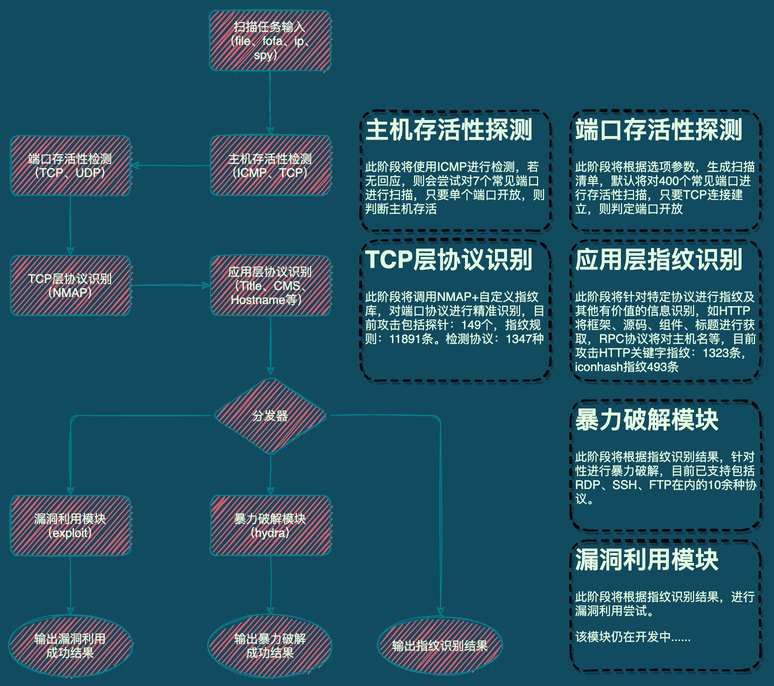
The draw.io diagram assets/kscan逻辑图.drawio.png in lcvvvv/kscan, before a commit. Source tidied: cells renumbered, new cells last; positions are measured from the earlier drawing's top-left corner, leaving out a move shared by most shapes. Its diagram source:
```xml
<mxGraphModel background="#114B5F">
  <root>
    <mxCell id="0" />
    <mxCell id="1" parent="0" />
    <mxCell id="2" style="edgeStyle=orthogonalEdgeStyle;jettySize=auto;html=1;labelBackgroundColor=#114B5F;strokeColor=#028090;fontColor=#E4FDE1;sketch=1;" parent="1" edge="1" source="3" target="5">
      <mxGeometry relative="1" as="geometry" />
    </mxCell>
    <mxCell id="3" value="主机存活性检测&lt;br&gt;（ICMP、TCP）" style="whiteSpace=wrap;html=1;fillColor=#F45B69;strokeColor=#028090;fontColor=#E4FDE1;rounded=1;sketch=1;" parent="1" vertex="1">
      <mxGeometry x="200" y="125" width="120" height="60" as="geometry" />
    </mxCell>
    <mxCell id="4" style="edgeStyle=orthogonalEdgeStyle;jettySize=auto;html=1;labelBackgroundColor=#114B5F;strokeColor=#028090;fontColor=#E4FDE1;sketch=1;" parent="1" edge="1" source="5" target="7">
      <mxGeometry relative="1" as="geometry" />
    </mxCell>
    <mxCell id="5" value="端口存活性检测&lt;br&gt;（TCP、UDP）" style="whiteSpace=wrap;html=1;fillColor=#F45B69;strokeColor=#028090;fontColor=#E4FDE1;rounded=1;sketch=1;" parent="1" vertex="1">
      <mxGeometry y="125" width="120" height="60" as="geometry" />
    </mxCell>
    <mxCell id="6" style="edgeStyle=orthogonalEdgeStyle;jettySize=auto;html=1;labelBackgroundColor=#114B5F;strokeColor=#028090;fontColor=#E4FDE1;sketch=1;" parent="1" edge="1" source="7" target="10">
      <mxGeometry relative="1" as="geometry" />
    </mxCell>
    <mxCell id="7" value="TCP层协议识别&lt;br&gt;（NMAP）" style="whiteSpace=wrap;html=1;fillColor=#F45B69;strokeColor=#028090;fontColor=#E4FDE1;rounded=1;sketch=1;" parent="1" vertex="1">
      <mxGeometry y="245" width="120" height="60" as="geometry" />
    </mxCell>
    <mxCell id="8" style="edgeStyle=orthogonalEdgeStyle;jettySize=auto;html=1;labelBackgroundColor=#114B5F;strokeColor=#028090;fontColor=#E4FDE1;sketch=1;exitX=1;exitY=0.5;exitDx=0;exitDy=0;" parent="1" edge="1" source="14" target="11">
      <mxGeometry relative="1" as="geometry" />
    </mxCell>
    <mxCell id="9" style="edgeStyle=orthogonalEdgeStyle;jettySize=auto;html=1;labelBackgroundColor=#114B5F;strokeColor=#028090;fontColor=#E4FDE1;sketch=1;" parent="1" edge="1" source="10" target="14">
      <mxGeometry relative="1" as="geometry" />
    </mxCell>
    <mxCell id="10" value="应用层协议识别&lt;br&gt;（Title、CMS、Hostname等）" style="whiteSpace=wrap;html=1;fillColor=#F45B69;strokeColor=#028090;fontColor=#E4FDE1;rounded=1;sketch=1;" parent="1" vertex="1">
      <mxGeometry x="200" y="245" width="120" height="60" as="geometry" />
    </mxCell>
    <mxCell id="11" value="输出指纹识别结果" style="ellipse;whiteSpace=wrap;html=1;fillColor=#F45B69;strokeColor=#028090;fontColor=#E4FDE1;rounded=1;sketch=1;" parent="1" vertex="1">
      <mxGeometry x="370" y="605" width="120" height="60" as="geometry" />
    </mxCell>
    <mxCell id="12" style="edgeStyle=orthogonalEdgeStyle;jettySize=auto;html=1;labelBackgroundColor=#114B5F;strokeColor=#028090;fontColor=#E4FDE1;sketch=1;" parent="1" edge="1" source="14" target="16">
      <mxGeometry relative="1" as="geometry" />
    </mxCell>
    <mxCell id="13" style="edgeStyle=orthogonalEdgeStyle;jettySize=auto;html=1;labelBackgroundColor=#114B5F;strokeColor=#028090;fontColor=#E4FDE1;sketch=1;" parent="1" edge="1" source="14" target="18">
      <mxGeometry relative="1" as="geometry" />
    </mxCell>
    <mxCell id="14" value="分发器" style="rhombus;whiteSpace=wrap;html=1;fillColor=#F45B69;strokeColor=#028090;fontColor=#E4FDE1;rounded=1;sketch=1;" parent="1" vertex="1">
      <mxGeometry x="200" y="365" width="120" height="80" as="geometry" />
    </mxCell>
    <mxCell id="15" style="edgeStyle=orthogonalEdgeStyle;jettySize=auto;html=1;labelBackgroundColor=#114B5F;strokeColor=#028090;fontColor=#E4FDE1;sketch=1;" parent="1" edge="1" source="16" target="19">
      <mxGeometry relative="1" as="geometry" />
    </mxCell>
    <mxCell id="16" value="暴力破解模块&lt;br&gt;（hydra）" style="whiteSpace=wrap;html=1;fillColor=#F45B69;strokeColor=#028090;fontColor=#E4FDE1;rounded=1;sketch=1;" parent="1" vertex="1">
      <mxGeometry x="200" y="485" width="120" height="60" as="geometry" />
    </mxCell>
    <mxCell id="17" style="edgeStyle=orthogonalEdgeStyle;jettySize=auto;html=1;labelBackgroundColor=#114B5F;strokeColor=#028090;fontColor=#E4FDE1;sketch=1;" parent="1" edge="1" source="18" target="20">
      <mxGeometry relative="1" as="geometry" />
    </mxCell>
    <mxCell id="18" value="漏洞利用模块&lt;br&gt;（exploit）" style="whiteSpace=wrap;html=1;fillColor=#F45B69;strokeColor=#028090;fontColor=#E4FDE1;rounded=1;sketch=1;" parent="1" vertex="1">
      <mxGeometry y="485" width="120" height="60" as="geometry" />
    </mxCell>
    <mxCell id="19" value="输出暴力破解&lt;br&gt;成功结果" style="ellipse;whiteSpace=wrap;html=1;fillColor=#F45B69;strokeColor=#028090;fontColor=#E4FDE1;rounded=1;sketch=1;" parent="1" vertex="1">
      <mxGeometry x="200" y="605" width="120" height="60" as="geometry" />
    </mxCell>
    <mxCell id="20" value="输出漏洞利用&lt;br&gt;成功结果" style="ellipse;whiteSpace=wrap;html=1;fillColor=#F45B69;strokeColor=#028090;fontColor=#E4FDE1;rounded=1;sketch=1;" parent="1" vertex="1">
      <mxGeometry y="605" width="120" height="60" as="geometry" />
    </mxCell>
    <mxCell id="21" style="edgeStyle=orthogonalEdgeStyle;jettySize=auto;html=1;labelBackgroundColor=#114B5F;strokeColor=#028090;fontColor=#E4FDE1;sketch=1;" parent="1" edge="1" source="22" target="3">
      <mxGeometry relative="1" as="geometry" />
    </mxCell>
    <mxCell id="22" value="扫描任务输入&lt;br&gt;（file、fofa、ip、spy）" style="whiteSpace=wrap;html=1;fillColor=#F45B69;strokeColor=#028090;fontColor=#E4FDE1;rounded=1;sketch=1;" parent="1" vertex="1">
      <mxGeometry x="199" width="121" height="60" as="geometry" />
    </mxCell>
    <mxCell id="23" value="&lt;h1&gt;应用层指纹识别&lt;/h1&gt;&lt;p&gt;此阶段将针对特定协议进行指纹及其他有价值的信息识别，如HTTP将框架、源码、组件、标题进行获取，RPC协议将对主机名等，目前攻击HTTP关键字指纹：1323条，iconhash指纹493条&lt;/p&gt;" style="text;html=1;strokeColor=default;fillColor=none;spacing=5;spacingTop=-20;whiteSpace=wrap;overflow=hidden;rounded=1;sketch=1;fontColor=#E4FDE1;dashed=1;strokeWidth=2;glass=1;shadow=1;" parent="1" vertex="1">
      <mxGeometry x="560" y="230" width="190" height="140" as="geometry" />
    </mxCell>
    <mxCell id="24" value="&lt;h1&gt;TCP层协议识别&lt;/h1&gt;&lt;p&gt;此阶段将调用NMAP+自定义指纹库，对端口协议进行精准识别，目前攻击包括探针：149个，指纹规则：11891条。检测协议：1347种&lt;/p&gt;" style="text;html=1;strokeColor=rgb(0, 0, 0);fillColor=none;spacing=5;spacingTop=-20;whiteSpace=wrap;overflow=hidden;rounded=1;sketch=1;fontColor=#E4FDE1;shadow=1;dashed=1;strokeWidth=2;glass=1;" parent="1" vertex="1">
      <mxGeometry x="350" y="230" width="190" height="140" as="geometry" />
    </mxCell>
    <mxCell id="25" value="&lt;h1&gt;端口存活性探测&lt;/h1&gt;&lt;p&gt;此阶段将根据选项参数，生成扫描清单，默认将对400个常见端口进行存活性扫描，只要TCP连接建立，则判定端口开放&lt;/p&gt;" style="text;html=1;strokeColor=rgb(0, 0, 0);fillColor=none;spacing=5;spacingTop=-20;whiteSpace=wrap;overflow=hidden;rounded=1;sketch=1;fontColor=#E4FDE1;shadow=1;dashed=1;strokeWidth=2;glass=1;" parent="1" vertex="1">
      <mxGeometry x="560" y="100" width="190" height="120" as="geometry" />
    </mxCell>
    <mxCell id="26" value="&lt;h1&gt;主机存活性探测&lt;/h1&gt;&lt;p&gt;此阶段将使用ICMP进行检测，若无回应，则会尝试对7个常见端口进行扫描，只要单个端口开放，则判断主机存活&lt;/p&gt;" style="text;html=1;strokeColor=rgb(0, 0, 0);fillColor=none;spacing=5;spacingTop=-20;whiteSpace=wrap;overflow=hidden;rounded=1;sketch=1;fontColor=#E4FDE1;shadow=1;dashed=1;strokeWidth=2;glass=1;" parent="1" vertex="1">
      <mxGeometry x="350" y="100" width="190" height="120" as="geometry" />
    </mxCell>
    <mxCell id="27" value="&lt;h1&gt;暴力破解模块&lt;/h1&gt;&lt;p&gt;此阶段将根据指纹识别结果，针对性进行暴力破解，目前已支持包括RDP、SSH、FTP在内的10余种协议。&lt;/p&gt;" style="text;html=1;strokeColor=rgb(0, 0, 0);fillColor=none;spacing=5;spacingTop=-20;whiteSpace=wrap;overflow=hidden;rounded=1;sketch=1;fontColor=#E4FDE1;shadow=1;dashed=1;strokeWidth=2;glass=1;" parent="1" vertex="1">
      <mxGeometry x="560" y="390" width="190" height="130" as="geometry" />
    </mxCell>
    <mxCell id="28" value="&lt;h1&gt;漏洞利用模块&lt;/h1&gt;&lt;p&gt;此阶段将根据指纹识别结果，进行漏洞利用尝试。&lt;/p&gt;&lt;p&gt;该模块仍在开发中......&lt;/p&gt;" style="text;html=1;strokeColor=rgb(0, 0, 0);fillColor=none;spacing=5;spacingTop=-20;whiteSpace=wrap;overflow=hidden;rounded=1;sketch=1;fontColor=#E4FDE1;shadow=1;dashed=1;strokeWidth=2;glass=1;" parent="1" vertex="1">
      <mxGeometry x="560" y="530" width="190" height="130" as="geometry" />
    </mxCell>
  </root>
</mxGraphModel>
```
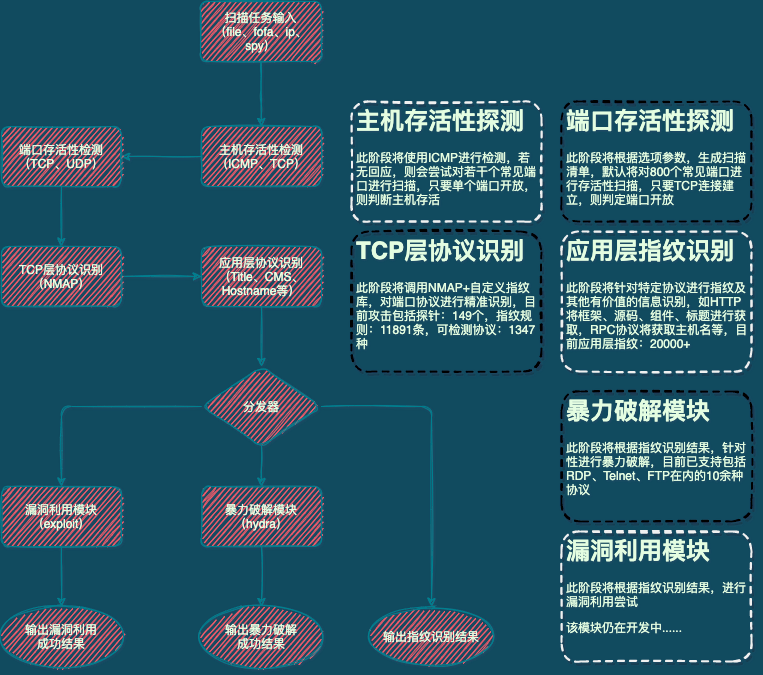
Later version of the same file.

What changed in the source:
```diff
@@ -65,22 +65,22 @@
     <mxCell id="22" value="扫描任务输入&lt;br&gt;（file、fofa、ip、spy）" style="whiteSpace=wrap;html=1;fillColor=#F45B69;strokeColor=#028090;fontColor=#E4FDE1;rounded=1;sketch=1;" parent="1" vertex="1">
       <mxGeometry x="199" width="121" height="60" as="geometry" />
     </mxCell>
-    <mxCell id="23" value="&lt;h1&gt;应用层指纹识别&lt;/h1&gt;&lt;p&gt;此阶段将针对特定协议进行指纹及其他有价值的信息识别，如HTTP将框架、源码、组件、标题进行获取，RPC协议将对主机名等，目前攻击HTTP关键字指纹：1323条，iconhash指纹493条&lt;/p&gt;" style="text;html=1;strokeColor=default;fillColor=none;spacing=5;spacingTop=-20;whiteSpace=wrap;overflow=hidden;rounded=1;sketch=1;fontColor=#E4FDE1;dashed=1;strokeWidth=2;glass=1;shadow=1;" parent="1" vertex="1">
+    <mxCell id="23" value="&lt;h1&gt;应用层指纹识别&lt;/h1&gt;&lt;p&gt;此阶段将针对特定协议进行指纹及其他有价值的信息识别，如HTTP将框架、源码、组件、标题进行获取，RPC协议将获取主机名等，目前应用层指纹：20000+&lt;/p&gt;" style="text;html=1;strokeColor=default;fillColor=none;spacing=5;spacingTop=-20;whiteSpace=wrap;overflow=hidden;rounded=1;sketch=1;fontColor=#E4FDE1;dashed=1;strokeWidth=2;glass=1;shadow=1;" parent="1" vertex="1">
       <mxGeometry x="560" y="230" width="190" height="140" as="geometry" />
     </mxCell>
-    <mxCell id="24" value="&lt;h1&gt;TCP层协议识别&lt;/h1&gt;&lt;p&gt;此阶段将调用NMAP+自定义指纹库，对端口协议进行精准识别，目前攻击包括探针：149个，指纹规则：11891条。检测协议：1347种&lt;/p&gt;" style="text;html=1;strokeColor=rgb(0, 0, 0);fillColor=none;spacing=5;spacingTop=-20;whiteSpace=wrap;overflow=hidden;rounded=1;sketch=1;fontColor=#E4FDE1;shadow=1;dashed=1;strokeWidth=2;glass=1;" parent="1" vertex="1">
+    <mxCell id="24" value="&lt;h1&gt;TCP层协议识别&lt;/h1&gt;&lt;p&gt;此阶段将调用NMAP+自定义指纹库，对端口协议进行精准识别，目前攻击包括探针：149个，指纹规则：11891条，可检测协议：1347种&lt;/p&gt;" style="text;html=1;strokeColor=rgb(0, 0, 0);fillColor=none;spacing=5;spacingTop=-20;whiteSpace=wrap;overflow=hidden;rounded=1;sketch=1;fontColor=#E4FDE1;shadow=1;dashed=1;strokeWidth=2;glass=1;" parent="1" vertex="1">
       <mxGeometry x="350" y="230" width="190" height="140" as="geometry" />
     </mxCell>
-    <mxCell id="25" value="&lt;h1&gt;端口存活性探测&lt;/h1&gt;&lt;p&gt;此阶段将根据选项参数，生成扫描清单，默认将对400个常见端口进行存活性扫描，只要TCP连接建立，则判定端口开放&lt;/p&gt;" style="text;html=1;strokeColor=rgb(0, 0, 0);fillColor=none;spacing=5;spacingTop=-20;whiteSpace=wrap;overflow=hidden;rounded=1;sketch=1;fontColor=#E4FDE1;shadow=1;dashed=1;strokeWidth=2;glass=1;" parent="1" vertex="1">
+    <mxCell id="25" value="&lt;h1&gt;端口存活性探测&lt;/h1&gt;&lt;p&gt;此阶段将根据选项参数，生成扫描清单，默认将对800个常见端口进行存活性扫描，只要TCP连接建立，则判定端口开放&lt;/p&gt;" style="text;html=1;strokeColor=rgb(0, 0, 0);fillColor=none;spacing=5;spacingTop=-20;whiteSpace=wrap;overflow=hidden;rounded=1;sketch=1;fontColor=#E4FDE1;shadow=1;dashed=1;strokeWidth=2;glass=1;" parent="1" vertex="1">
       <mxGeometry x="560" y="100" width="190" height="120" as="geometry" />
     </mxCell>
-    <mxCell id="26" value="&lt;h1&gt;主机存活性探测&lt;/h1&gt;&lt;p&gt;此阶段将使用ICMP进行检测，若无回应，则会尝试对7个常见端口进行扫描，只要单个端口开放，则判断主机存活&lt;/p&gt;" style="text;html=1;strokeColor=rgb(0, 0, 0);fillColor=none;spacing=5;spacingTop=-20;whiteSpace=wrap;overflow=hidden;rounded=1;sketch=1;fontColor=#E4FDE1;shadow=1;dashed=1;strokeWidth=2;glass=1;" parent="1" vertex="1">
+    <mxCell id="26" value="&lt;h1&gt;主机存活性探测&lt;/h1&gt;&lt;p&gt;此阶段将使用ICMP进行检测，若无回应，则会尝试对若干个常见端口进行扫描，只要单个端口开放，则判断主机存活&lt;/p&gt;" style="text;html=1;strokeColor=rgb(240, 240, 240);fillColor=none;spacing=5;spacingTop=-20;whiteSpace=wrap;overflow=hidden;rounded=1;sketch=1;fontColor=#E4FDE1;shadow=1;dashed=1;strokeWidth=2;glass=1;" parent="1" vertex="1">
       <mxGeometry x="350" y="100" width="190" height="120" as="geometry" />
     </mxCell>
-    <mxCell id="27" value="&lt;h1&gt;暴力破解模块&lt;/h1&gt;&lt;p&gt;此阶段将根据指纹识别结果，针对性进行暴力破解，目前已支持包括RDP、SSH、FTP在内的10余种协议。&lt;/p&gt;" style="text;html=1;strokeColor=rgb(0, 0, 0);fillColor=none;spacing=5;spacingTop=-20;whiteSpace=wrap;overflow=hidden;rounded=1;sketch=1;fontColor=#E4FDE1;shadow=1;dashed=1;strokeWidth=2;glass=1;" parent="1" vertex="1">
+    <mxCell id="27" value="&lt;h1&gt;暴力破解模块&lt;/h1&gt;&lt;p&gt;此阶段将根据指纹识别结果，针对性进行暴力破解，目前已支持包括RDP、Telnet、FTP在内的10余种协议&lt;/p&gt;" style="text;html=1;strokeColor=rgb(0, 0, 0);fillColor=none;spacing=5;spacingTop=-20;whiteSpace=wrap;overflow=hidden;rounded=1;sketch=1;fontColor=#E4FDE1;shadow=1;dashed=1;strokeWidth=2;glass=1;" parent="1" vertex="1">
       <mxGeometry x="560" y="390" width="190" height="130" as="geometry" />
     </mxCell>
-    <mxCell id="28" value="&lt;h1&gt;漏洞利用模块&lt;/h1&gt;&lt;p&gt;此阶段将根据指纹识别结果，进行漏洞利用尝试。&lt;/p&gt;&lt;p&gt;该模块仍在开发中......&lt;/p&gt;" style="text;html=1;strokeColor=rgb(0, 0, 0);fillColor=none;spacing=5;spacingTop=-20;whiteSpace=wrap;overflow=hidden;rounded=1;sketch=1;fontColor=#E4FDE1;shadow=1;dashed=1;strokeWidth=2;glass=1;" parent="1" vertex="1">
+    <mxCell id="28" value="&lt;h1&gt;漏洞利用模块&lt;/h1&gt;&lt;p&gt;此阶段将根据指纹识别结果，进行漏洞利用尝试&lt;/p&gt;&lt;p&gt;该模块仍在开发中......&lt;/p&gt;" style="text;html=1;strokeColor=rgb(240, 240, 240);fillColor=none;spacing=5;spacingTop=-20;whiteSpace=wrap;overflow=hidden;rounded=1;sketch=1;fontColor=#E4FDE1;shadow=1;dashed=1;strokeWidth=2;glass=1;" parent="1" vertex="1">
       <mxGeometry x="560" y="530" width="190" height="130" as="geometry" />
     </mxCell>
   </root>
```
